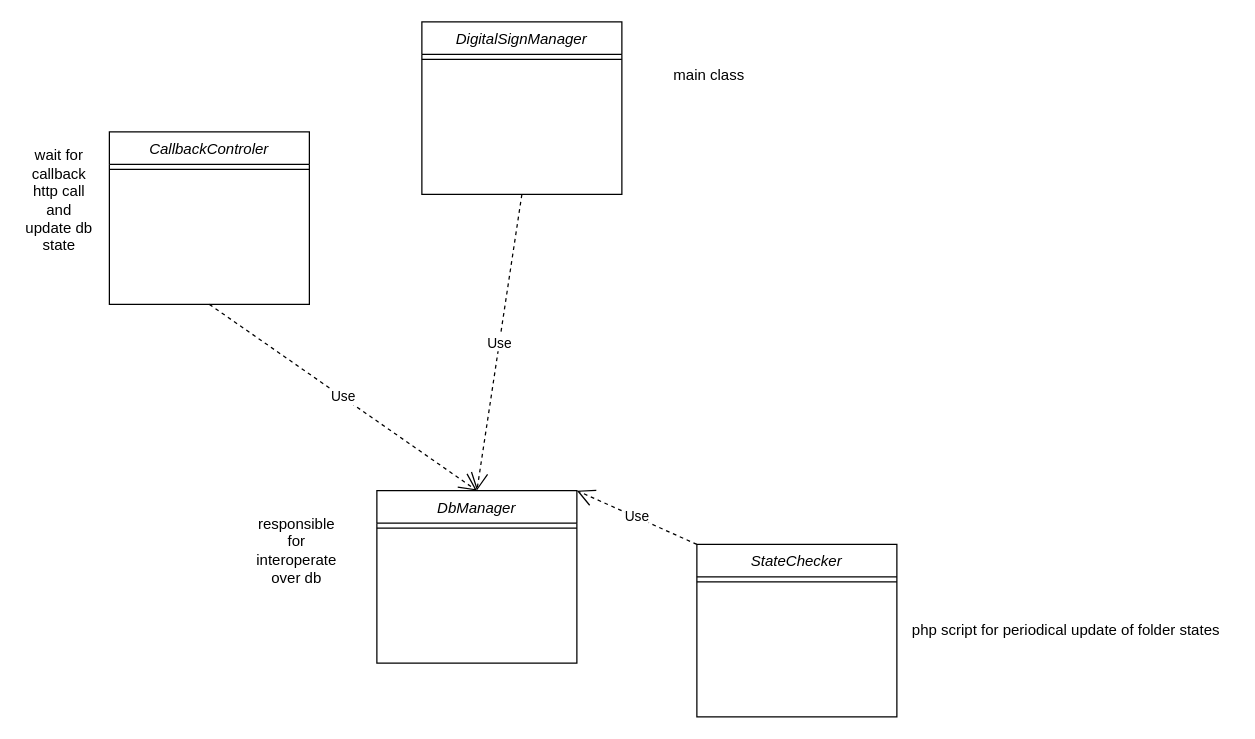
Earlier version of the draw.io diagram Class_diagram.drawio (carnivuth/digitalsignIntegrationdoc). Source tidied: cells renumbered, new cells numbered last; positions are measured from the earlier drawing's top-left corner, leaving out a move shared by most shapes. Both pictures are drawn from the tidied source at 125%, with x=0, y=0 at pixel (21, 21).
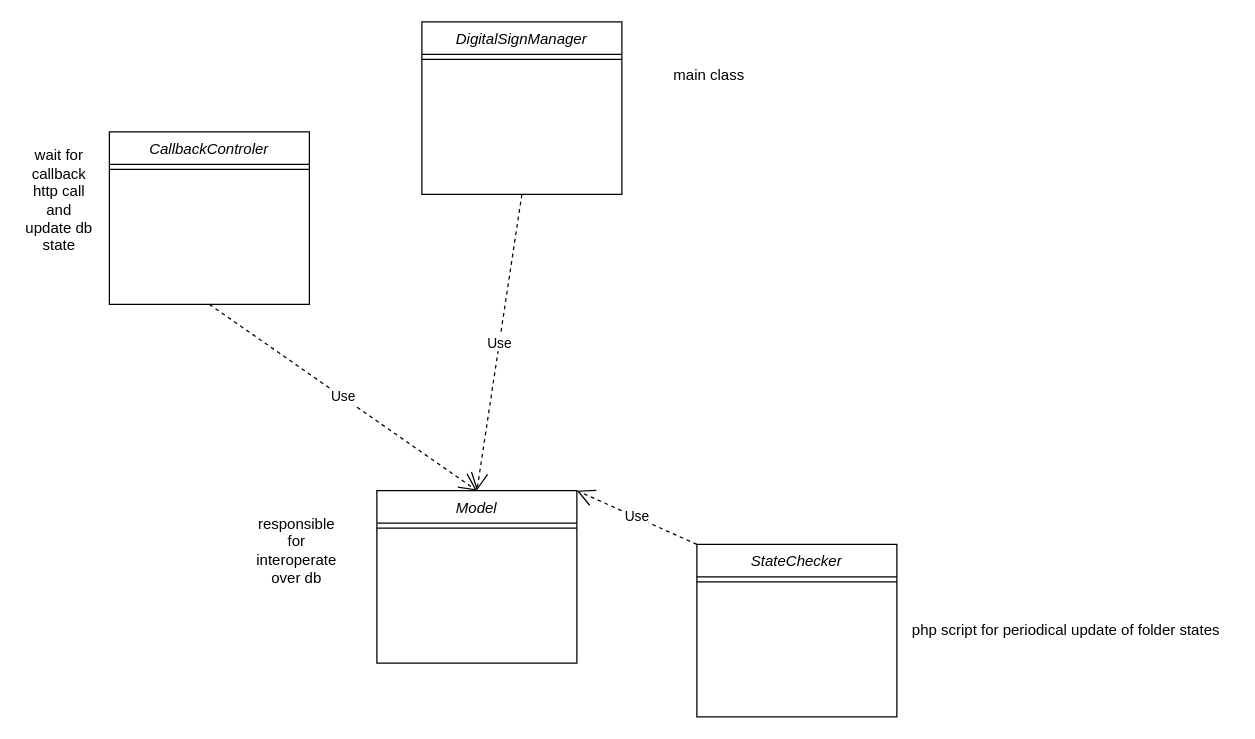
Above is the later version.

The edit, as a diff of the source:
```diff
@@
 <mxGraphModel>
   <root>
     <mxCell id="0" />
     <mxCell id="1" parent="0" />
     <mxCell id="2" value="DigitalSignManager" style="swimlane;fontStyle=2;align=center;verticalAlign=top;horizontal=1;startSize=26;rounded=0;shadow=0;strokeWidth=1;" parent="1" vertex="1">
       <mxGeometry x="320" width="160" height="138" as="geometry" />
     </mxCell>
     <mxCell id="3" style="line;html=1;strokeWidth=1;align=left;verticalAlign=middle;spacingTop=-1;spacingLeft=3;spacingRight=3;labelPosition=right;" parent="2" vertex="1">
       <mxGeometry y="26" width="160" height="8" as="geometry" />
     </mxCell>
-    <mxCell id="4" value="DbManager" style="swimlane;fontStyle=2;align=center;verticalAlign=top;horizontal=1;startSize=26;rounded=0;shadow=0;strokeWidth=1;" parent="1" vertex="1">
+    <mxCell id="4" value="Model" style="swimlane;fontStyle=2;align=center;verticalAlign=top;horizontal=1;startSize=26;rounded=0;shadow=0;strokeWidth=1;" parent="1" vertex="1">
       <mxGeometry x="284" y="375" width="160" height="138" as="geometry" />
     </mxCell>
     <mxCell id="5" style="line;html=1;strokeWidth=1;align=left;verticalAlign=middle;spacingTop=-1;spacingLeft=3;spacingRight=3;labelPosition=right;" parent="4" vertex="1">
       <mxGeometry y="26" width="160" height="8" as="geometry" />
     </mxCell>
     <mxCell id="6" value="CallbackControler" style="swimlane;fontStyle=2;align=center;verticalAlign=top;horizontal=1;startSize=26;rounded=0;shadow=0;strokeWidth=1;" parent="1" vertex="1">
       <mxGeometry x="70" y="88" width="160" height="138" as="geometry" />
     </mxCell>
     <mxCell id="7" style="line;html=1;strokeWidth=1;align=left;verticalAlign=middle;spacingTop=-1;spacingLeft=3;spacingRight=3;labelPosition=right;" parent="6" vertex="1">
       <mxGeometry y="26" width="160" height="8" as="geometry" />
     </mxCell>
     <mxCell id="8" value="Use" style="endArrow=open;endSize=12;dashed=1;html=1;rounded=0;exitX=0.5;exitY=1;exitDx=0;exitDy=0;entryX=0.5;entryY=0;entryDx=0;entryDy=0;" parent="1" edge="1" source="6" target="4">
       <mxGeometry relative="1" as="geometry" />
     </mxCell>
     <mxCell id="9" value="StateChecker" style="swimlane;fontStyle=2;align=center;verticalAlign=top;horizontal=1;startSize=26;rounded=0;shadow=0;strokeWidth=1;" parent="1" vertex="1">
       <mxGeometry x="540" y="418" width="160" height="138" as="geometry" />
     </mxCell>
     <mxCell id="10" style="line;html=1;strokeWidth=1;align=left;verticalAlign=middle;spacingTop=-1;spacingLeft=3;spacingRight=3;labelPosition=right;" parent="9" vertex="1">
       <mxGeometry y="26" width="160" height="8" as="geometry" />
     </mxCell>
     <mxCell id="11" value="Use" style="endArrow=open;endSize=12;dashed=1;html=1;rounded=0;exitX=0.5;exitY=1;exitDx=0;exitDy=0;entryX=0.5;entryY=0;entryDx=0;entryDy=0;" parent="1" edge="1" source="2" target="4">
       <mxGeometry relative="1" as="geometry" />
     </mxCell>
     <mxCell id="12" value="wait for callback http call and update db state" style="text;html=1;strokeColor=none;fillColor=none;align=center;verticalAlign=middle;whiteSpace=wrap;rounded=0;" parent="1" vertex="1">
       <mxGeometry y="128" width="60" height="30" as="geometry" />
     </mxCell>
     <mxCell id="13" value="responsible for interoperate over db" style="text;html=1;strokeColor=none;fillColor=none;align=center;verticalAlign=middle;whiteSpace=wrap;rounded=0;" parent="1" vertex="1">
       <mxGeometry x="190" y="408" width="60" height="30" as="geometry" />
     </mxCell>
     <mxCell id="14" value="main class " style="text;html=1;strokeColor=none;fillColor=none;align=center;verticalAlign=middle;whiteSpace=wrap;rounded=0;" parent="1" vertex="1">
       <mxGeometry x="520" y="28" width="60" height="30" as="geometry" />
     </mxCell>
     <mxCell id="15" value="php script for periodical update of folder states" style="text;html=1;align=center;verticalAlign=middle;strokeColor=none;fillColor=none;" parent="1" vertex="1">
       <mxGeometry x="700" y="472" width="270" height="30" as="geometry" />
     </mxCell>
     <mxCell id="16" value="Use" style="endArrow=open;endSize=12;dashed=1;html=1;rounded=0;entryX=1;entryY=0;entryDx=0;entryDy=0;exitX=0;exitY=0;exitDx=0;exitDy=0;" parent="1" edge="1" source="9" target="4">
       <mxGeometry relative="1" as="geometry" />
     </mxCell>
   </root>
 </mxGraphModel>
```
